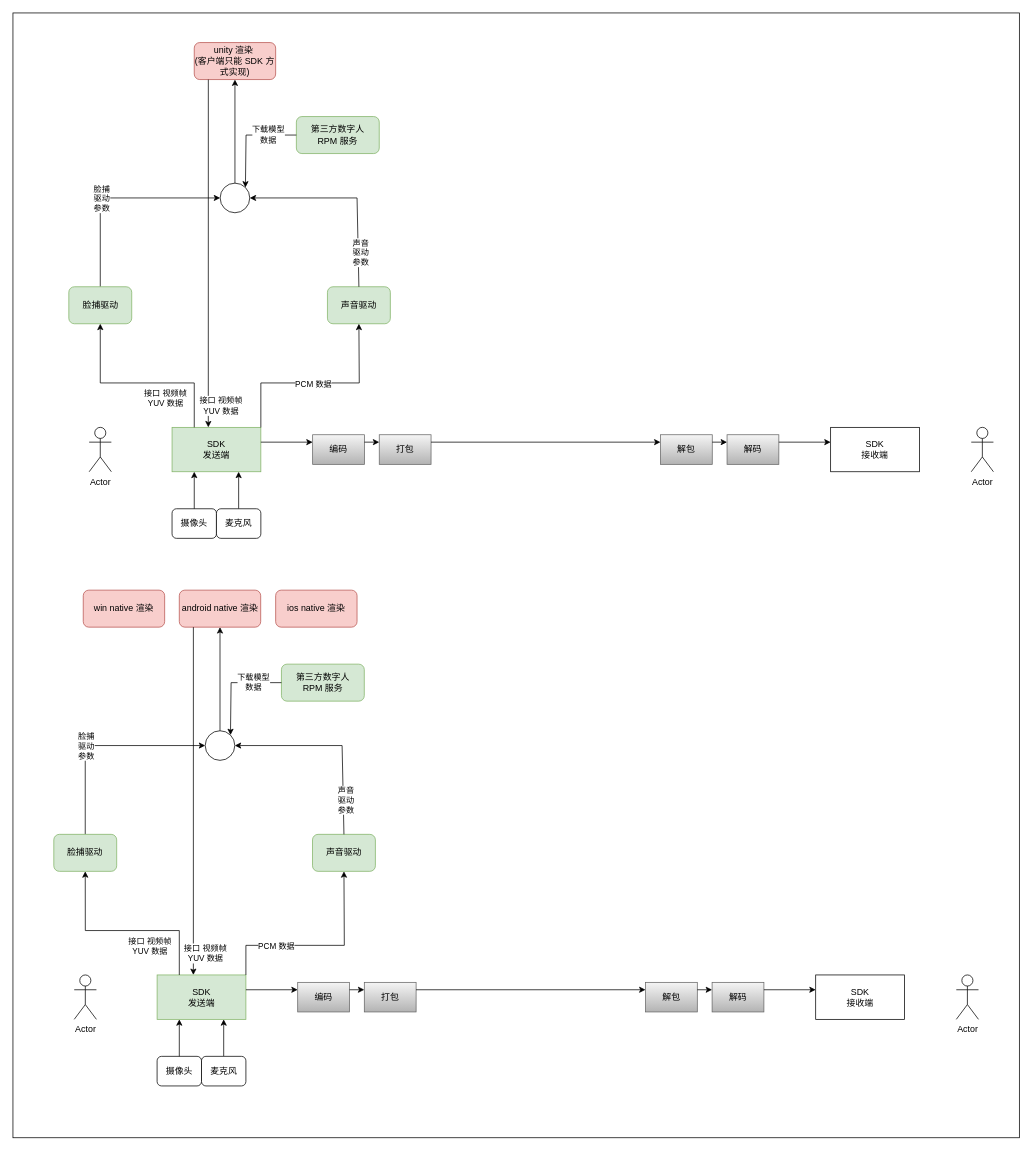
huowa222/2Dgame_engine keeps this draw.io diagram as Untitled Diagram.drawio. Above is the earlier version. Source tidied: cells renumbered, new cells numbered last; positions are measured from the earlier drawing's top-left corner, leaving out a move shared by most shapes. Both pictures are drawn from the tidied source at 74%, with x=0, y=0 at pixel (13, 13).
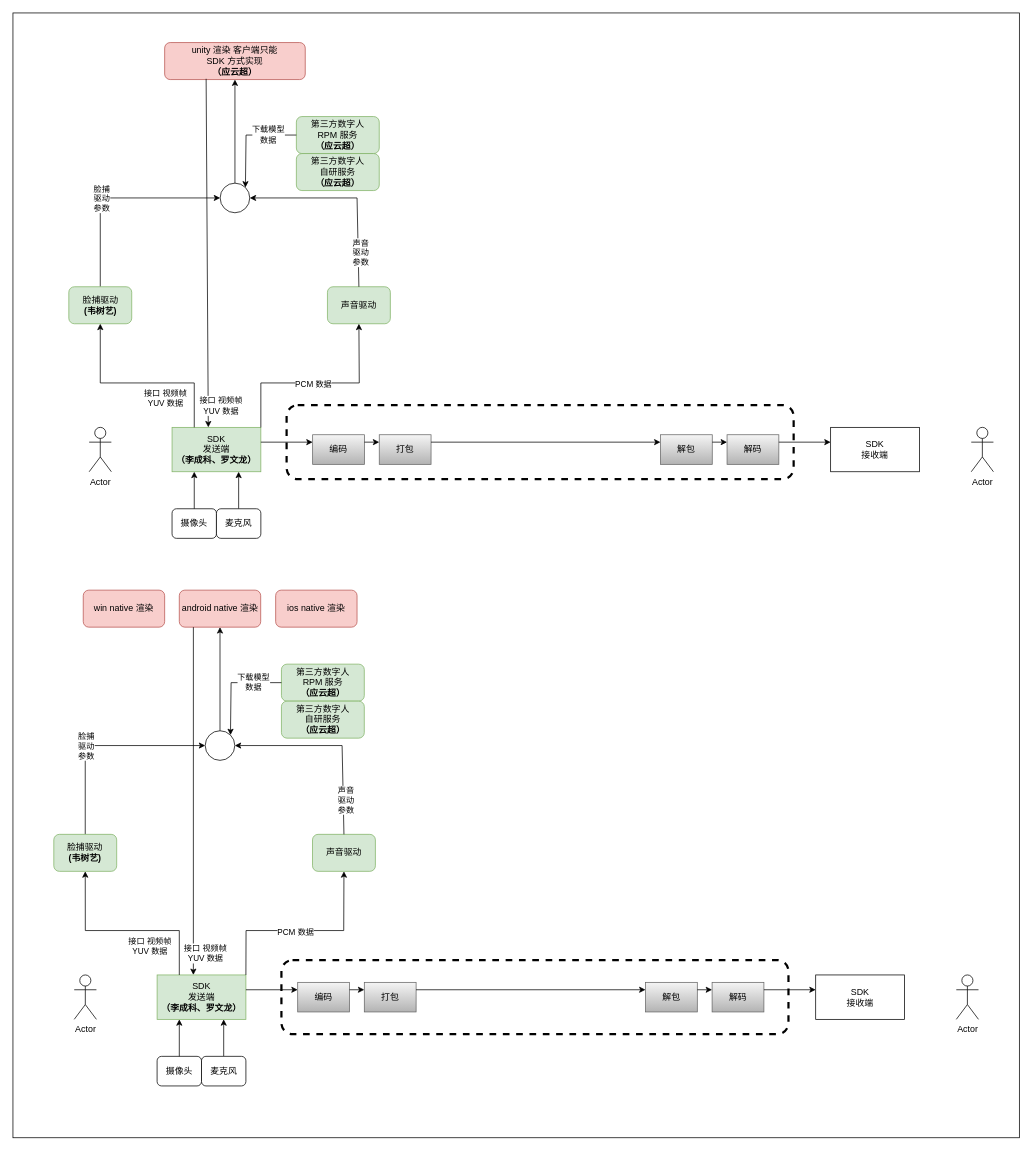
Above is the later version.

The change refers to these unchanged cells:
```xml
<mxCell id="66" value="声音驱动" style="rounded=1;whiteSpace=wrap;html=1;fillColor=#d5e8d4;strokeColor=#82b366;" parent="1" vertex="1">
  <mxGeometry x="404.8" y="1110" width="85" height="50" as="geometry" />
</mxCell>
```

What changed in the source:
```diff
@@
+    <mxCell id="75" style="rounded=1;whiteSpace=wrap;html=1;dashed=1;strokeWidth=3;" parent="1" vertex="1">
+      <mxGeometry x="362.8" y="1280" width="685.2" height="100" as="geometry" />
+    </mxCell>
+    <mxCell id="76" style="rounded=1;whiteSpace=wrap;html=1;dashed=1;strokeWidth=3;" parent="1" vertex="1">
+      <mxGeometry x="369.8" y="530" width="685.2" height="100" as="geometry" />
+    </mxCell>
-    <mxCell id="3" value="SDK&lt;br&gt;发送端" style="rounded=0;whiteSpace=wrap;html=1;fillColor=#d5e8d4;strokeColor=#82b366;" parent="1" vertex="1">
+    <mxCell id="3" value="SDK&lt;br&gt;发送端&lt;br&gt;&lt;b&gt;（李成科、罗文龙）&lt;/b&gt;" style="rounded=0;whiteSpace=wrap;html=1;fillColor=#d5e8d4;strokeColor=#82b366;" parent="1" vertex="1">
       <mxGeometry x="215" y="560" width="120" height="60" as="geometry" />
     </mxCell>
@@
-    <mxCell id="17" value="unity 渲染&amp;nbsp;&lt;br&gt;(客户端只能 SDK 方式实现)" style="rounded=1;whiteSpace=wrap;html=1;fillColor=#f8cecc;strokeColor=#b85450;" parent="1" vertex="1">
-      <mxGeometry x="245" y="40" width="110" height="50" as="geometry" />
+    <mxCell id="17" value="unity 渲染&amp;nbsp;客户端只能 &lt;br&gt;SDK 方式实现&lt;br&gt;&lt;b&gt;（应云超）&lt;/b&gt;" style="rounded=1;whiteSpace=wrap;html=1;fillColor=#f8cecc;strokeColor=#b85450;" parent="1" vertex="1">
+      <mxGeometry x="205" y="40" width="190" height="50" as="geometry" />
     </mxCell>
@@
-    <mxCell id="20" value="第三方数字人&lt;br&gt;RPM 服务" style="rounded=1;whiteSpace=wrap;html=1;fillColor=#d5e8d4;strokeColor=#82b366;" parent="1" vertex="1">
+    <mxCell id="20" value="第三方数字人&lt;br&gt;RPM 服务&lt;br&gt;&lt;b&gt;（应云超）&lt;/b&gt;" style="rounded=1;whiteSpace=wrap;html=1;fillColor=#d5e8d4;strokeColor=#82b366;" parent="1" vertex="1">
       <mxGeometry x="383" y="140" width="112" height="50" as="geometry" />
     </mxCell>
@@
-    <mxCell id="23" value="脸捕驱动" style="rounded=1;whiteSpace=wrap;html=1;fillColor=#d5e8d4;strokeColor=#82b366;" parent="1" vertex="1">
+    <mxCell id="23" value="脸捕驱动&lt;br&gt;&lt;b&gt;(韦树艺)&lt;/b&gt;" style="rounded=1;whiteSpace=wrap;html=1;fillColor=#d5e8d4;strokeColor=#82b366;" parent="1" vertex="1">
       <mxGeometry x="75.5" y="370" width="85" height="50" as="geometry" />
     </mxCell>
@@
-    <mxCell id="29" style="endArrow=classic;html=1;rounded=0;entryX=0.75;entryY=0;entryDx=0;entryDy=0;exitX=0.173;exitY=1;exitDx=0;exitDy=0;exitPerimeter=0;" parent="1" edge="1" source="17">
+    <mxCell id="29" style="endArrow=classic;html=1;rounded=0;entryX=0.75;entryY=0;entryDx=0;entryDy=0;exitX=0.295;exitY=0.98;exitDx=0;exitDy=0;exitPerimeter=0;" parent="1" edge="1" source="17">
       <mxGeometry relative="1" as="geometry">
         <mxPoint x="264" y="560" as="targetPoint" />
       </mxGeometry>
     </mxCell>
@@
-    <mxCell id="38" value="SDK&lt;br&gt;发送端" style="rounded=0;whiteSpace=wrap;html=1;fillColor=#d5e8d4;strokeColor=#82b366;" parent="1" vertex="1">
+    <mxCell id="38" value="SDK&lt;br&gt;发送端&lt;br&gt;&lt;b style=&quot;border-color: var(--border-color);&quot;&gt;（李成科、罗文龙）&lt;/b&gt;" style="rounded=0;whiteSpace=wrap;html=1;fillColor=#d5e8d4;strokeColor=#82b366;" parent="1" vertex="1">
       <mxGeometry x="194.8" y="1300" width="120" height="60" as="geometry" />
     </mxCell>
@@
-    <mxCell id="55" value="第三方数字人&lt;br&gt;RPM 服务" style="rounded=1;whiteSpace=wrap;html=1;fillColor=#d5e8d4;strokeColor=#82b366;" parent="1" vertex="1">
+    <mxCell id="55" value="第三方数字人&lt;br&gt;RPM 服务&lt;br&gt;&lt;b style=&quot;border-color: var(--border-color);&quot;&gt;（应云超）&lt;/b&gt;" style="rounded=1;whiteSpace=wrap;html=1;fillColor=#d5e8d4;strokeColor=#82b366;" parent="1" vertex="1">
       <mxGeometry x="362.8" y="880" width="112" height="50" as="geometry" />
     </mxCell>
@@
-    <mxCell id="58" value="脸捕驱动" style="rounded=1;whiteSpace=wrap;html=1;fillColor=#d5e8d4;strokeColor=#82b366;" parent="1" vertex="1">
+    <mxCell id="58" value="脸捕驱动&lt;br&gt;&lt;b style=&quot;border-color: var(--border-color);&quot;&gt;(韦树艺)&lt;/b&gt;" style="rounded=1;whiteSpace=wrap;html=1;fillColor=#d5e8d4;strokeColor=#82b366;" parent="1" vertex="1">
       <mxGeometry x="55.2" y="1110" width="85" height="50" as="geometry" />
     </mxCell>
@@
     <mxCell id="67" style="endArrow=classic;html=1;rounded=0;exitX=1;exitY=0;exitDx=0;exitDy=0;entryX=0.5;entryY=1;entryDx=0;entryDy=0;" parent="1" edge="1" source="38" target="66">
       <mxGeometry relative="1" as="geometry">
         <Array as="points">
-          <mxPoint x="314.8" y="1260" />
-          <mxPoint x="447.8" y="1260" />
+          <mxPoint x="315" y="1240" />
+          <mxPoint x="447" y="1240" />
         </Array>
       </mxGeometry>
     </mxCell>
     <mxCell id="68" value="PCM 数据" style="edgeLabel;html=1;align=center;verticalAlign=middle;" parent="67" vertex="1">
-      <mxGeometry x="-0.41" y="-1" relative="1" as="geometry" />
+      <mxGeometry x="-0.41" y="-1" relative="1" as="geometry">
+        <mxPoint x="47" as="offset" />
+      </mxGeometry>
     </mxCell>
@@
+    <mxCell id="77" value="第三方数字人&lt;br&gt;自研服务&lt;br&gt;&lt;b&gt;（应云超）&lt;/b&gt;" style="rounded=1;whiteSpace=wrap;html=1;fillColor=#d5e8d4;strokeColor=#82b366;" parent="1" vertex="1">
+      <mxGeometry x="383" y="190" width="112" height="50" as="geometry" />
+    </mxCell>
+    <mxCell id="78" value="第三方数字人&lt;br&gt;自研服务&lt;br&gt;&lt;b style=&quot;border-color: var(--border-color);&quot;&gt;（应云超）&lt;/b&gt;" style="rounded=1;whiteSpace=wrap;html=1;fillColor=#d5e8d4;strokeColor=#82b366;" parent="1" vertex="1">
+      <mxGeometry x="362.8" y="930" width="112" height="50" as="geometry" />
+    </mxCell>
```
